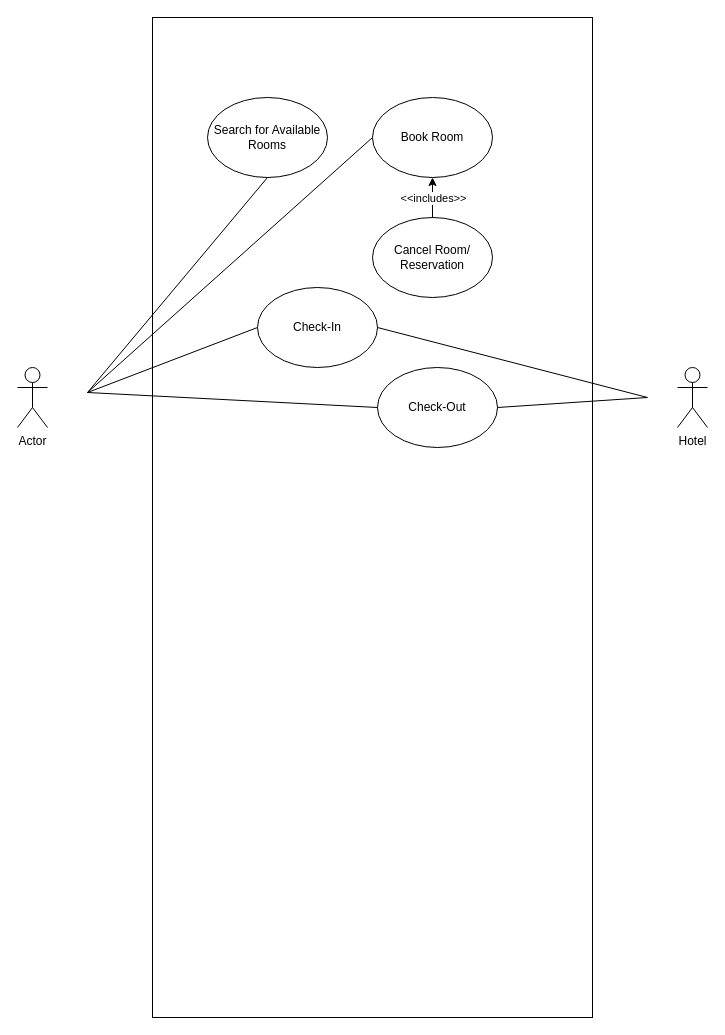
Earlier version of the draw.io diagram Hotel Management System.drawio (darshan6122/Darshan). Source tidied: cells renumbered, new cells numbered last; positions are measured from the earlier drawing's top-left corner, leaving out a move shared by most shapes. Both pictures are drawn from the tidied source at 100%, with x=0, y=0 at pixel (17, 17).
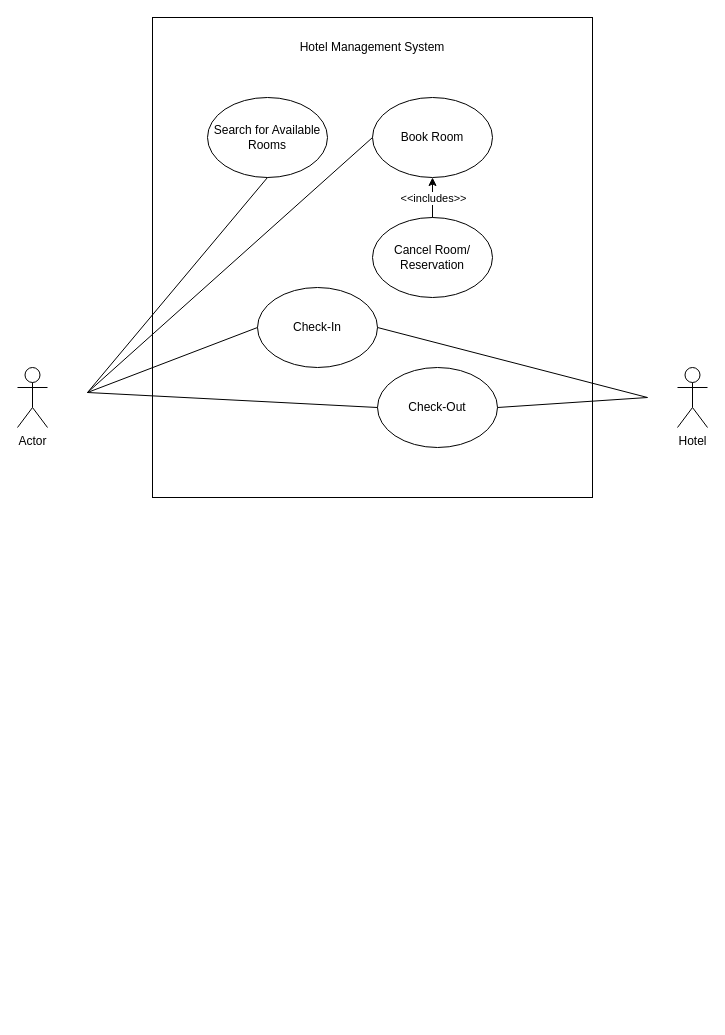
Above is the later version.

The edit, as a diff of the source:
```diff
@@
     <mxCell id="2" style="rounded=0;whiteSpace=wrap;html=1;" parent="1" vertex="1">
-      <mxGeometry x="135" width="440" height="1000" as="geometry" />
+      <mxGeometry x="135" width="440" height="480" as="geometry" />
     </mxCell>
@@
+    <mxCell id="18" value="Hotel Management System" style="text;html=1;strokeColor=none;fillColor=none;align=center;verticalAlign=middle;whiteSpace=wrap;rounded=0;" parent="1" vertex="1">
+      <mxGeometry x="235" y="20" width="240" height="20" as="geometry" />
+    </mxCell>
```
